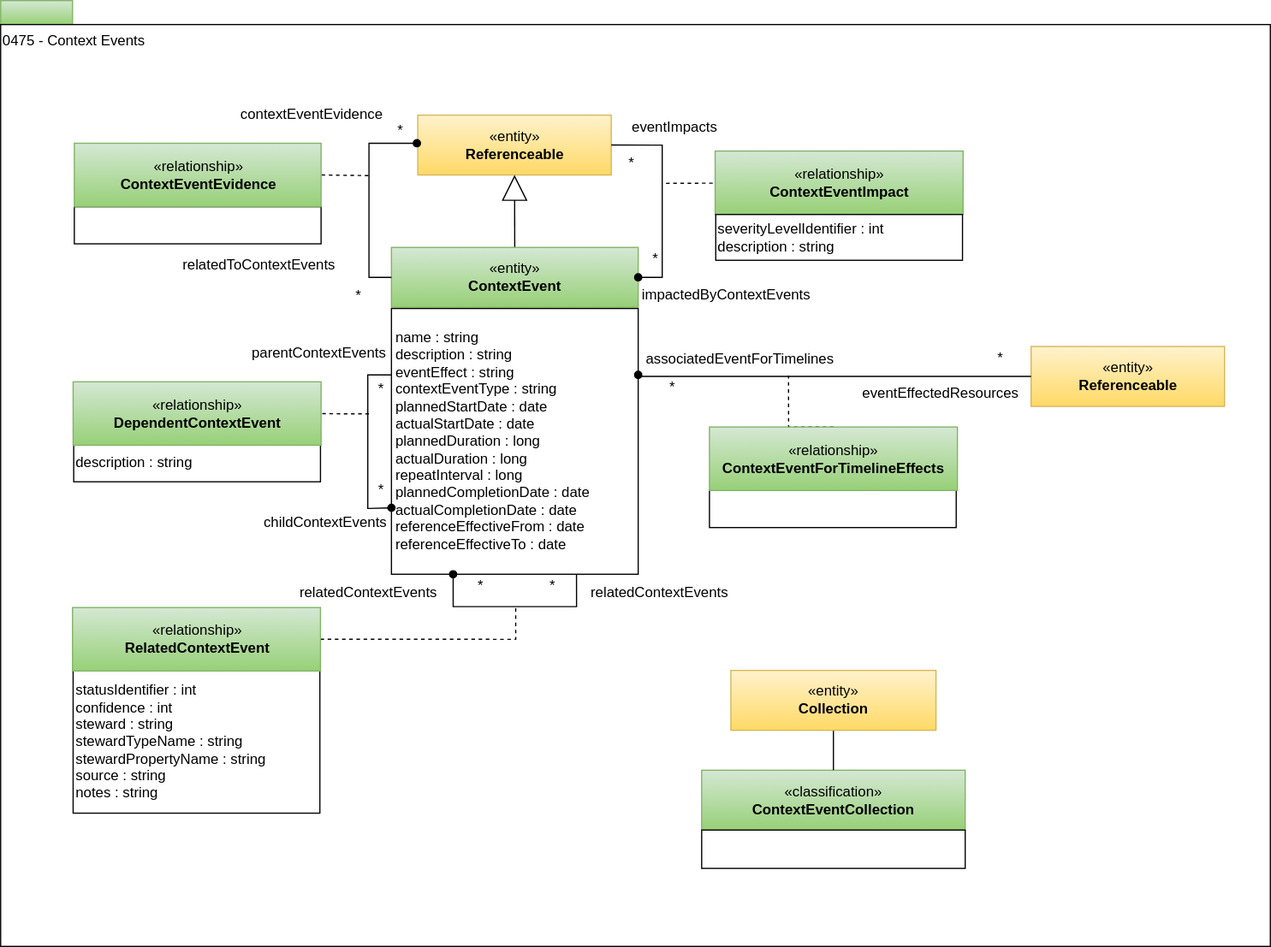
The draw.io diagram site/docs/types/4/0475-Context-Events.svg in odpi/egeria-docs, before a commit. Source tidied: cells renumbered, new cells last; positions are measured from the earlier drawing's top-left corner, leaving out a move shared by most shapes.
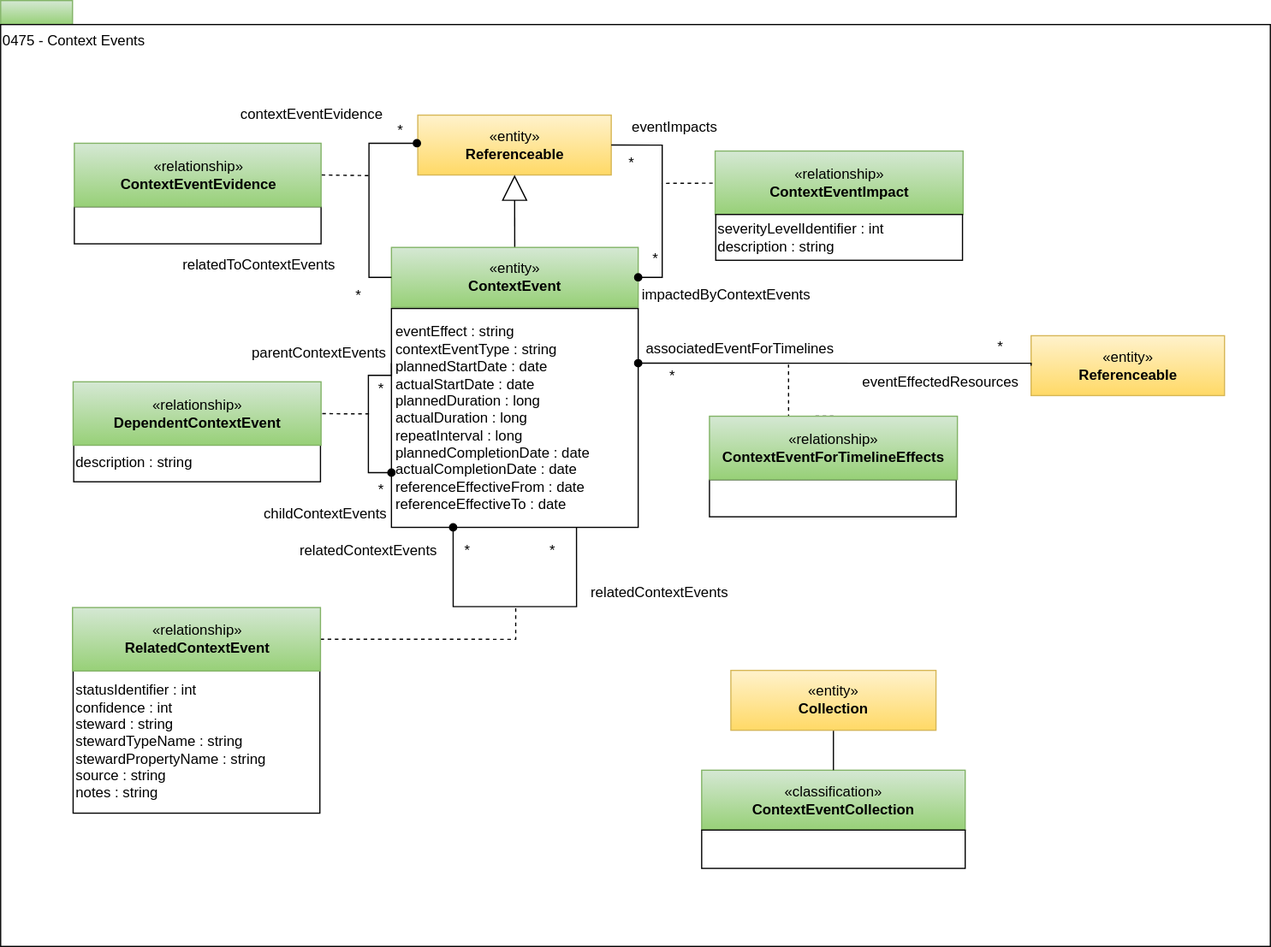
Later version of the same file.

The edit, as a diff of the source:
```diff
@@ -8,8 +8,8 @@
     <mxCell id="3" value="0475 - Context Events" style="rounded=0;html=1;align=left;verticalAlign=top;" parent="1" vertex="1">
       <mxGeometry y="20" width="1060" height="770" as="geometry" />
     </mxCell>
-    <mxCell id="4" value="&lt;span&gt;name : string&amp;nbsp;&amp;nbsp;&lt;br&gt;&lt;/span&gt;&lt;span&gt;description : string&lt;br&gt;eventEffect : string&lt;br&gt;contextEventType : string&lt;br&gt;&lt;/span&gt;plannedStartDate : date&lt;br style=&quot;border-color: var(--border-color);&quot;&gt;actualStartDate : date&lt;br&gt;plannedDuration : long&lt;br&gt;actualDuration : long&lt;br&gt;repeatInterval : long&lt;br style=&quot;border-color: var(--border-color);&quot;&gt;plannedCompletionDate : date&lt;br style=&quot;border-color: var(--border-color);&quot;&gt;actualCompletionDate : date&lt;br style=&quot;border-color: var(--border-color);&quot;&gt;&lt;span&gt;referenceEffectiveFrom : date&lt;br&gt;referenceEffectiveTo : date&lt;br&gt;&lt;/span&gt;" style="rounded=0;whiteSpace=wrap;html=1;strokeColor=#000000;gradientColor=#ffffff;align=left;spacingLeft=2;" parent="1" vertex="1">
-      <mxGeometry x="326.2" y="257.2" width="206" height="222" as="geometry" />
+    <mxCell id="4" value="&lt;span&gt;eventEffect : string&lt;br&gt;contextEventType : string&lt;br&gt;&lt;/span&gt;plannedStartDate : date&lt;br style=&quot;border-color: var(--border-color);&quot;&gt;actualStartDate : date&lt;br&gt;plannedDuration : long&lt;br&gt;actualDuration : long&lt;br&gt;repeatInterval : long&lt;br style=&quot;border-color: var(--border-color);&quot;&gt;plannedCompletionDate : date&lt;br style=&quot;border-color: var(--border-color);&quot;&gt;actualCompletionDate : date&lt;br style=&quot;border-color: var(--border-color);&quot;&gt;&lt;span&gt;referenceEffectiveFrom : date&lt;br&gt;referenceEffectiveTo : date&lt;br&gt;&lt;/span&gt;" style="rounded=0;whiteSpace=wrap;html=1;strokeColor=#000000;gradientColor=#ffffff;align=left;spacingLeft=2;" parent="1" vertex="1">
+      <mxGeometry x="326.2" y="257.2" width="206" height="182.8" as="geometry" />
     </mxCell>
     <mxCell id="5" value="«entity»&lt;br&gt;&lt;b&gt;Referenceable&lt;/b&gt;" style="html=1;strokeColor=#d6b656;align=center;fillColor=#fff2cc;gradientColor=#ffd966;" parent="1" vertex="1">
       <mxGeometry x="348.2" y="95.7" width="161.5" height="50" as="geometry" />
@@ -27,7 +27,7 @@
       <mxGeometry x="208.2" y="285" width="140" height="20" as="geometry" />
     </mxCell>
     <mxCell id="10" value="childContextEvents" style="text;html=1;align=left;verticalAlign=top;spacingTop=-4;" parent="1" vertex="1">
-      <mxGeometry x="218.2" y="425.8" width="130" height="20" as="geometry" />
+      <mxGeometry x="218.2" y="419.2" width="130" height="20" as="geometry" />
     </mxCell>
     <mxCell id="11" style="rounded=0;jettySize=auto;html=1;endArrow=block;endFill=0;endSize=19;strokeWidth=1;" parent="1" edge="1" source="12" target="5">
       <mxGeometry relative="1" as="geometry" />
@@ -57,7 +57,7 @@
       <mxGeometry x="527.2" y="206.2" width="40" height="20" as="geometry" />
     </mxCell>
     <mxCell id="18" value="associatedEventForTimelines" style="text;html=1;align=center;verticalAlign=middle;" parent="1" vertex="1">
-      <mxGeometry x="527.2" y="285" width="180" height="30" as="geometry" />
+      <mxGeometry x="527.2" y="276" width="180" height="30" as="geometry" />
     </mxCell>
     <mxCell id="19" style="rounded=0;whiteSpace=wrap;html=1;strokeColor=#000000;gradientColor=#ffffff;align=left;" parent="1" vertex="1">
       <mxGeometry x="61.5" y="172.2" width="206" height="31" as="geometry" />
@@ -79,9 +79,9 @@
     <mxCell id="23" style="edgeStyle=orthogonalEdgeStyle;rounded=0;html=1;exitX=0;exitY=0.25;exitDx=0;exitDy=0;entryX=0;entryY=0.75;entryDx=0;entryDy=0;endArrow=oval;endFill=1;jettySize=auto;orthogonalLoop=1;" parent="1" edge="1" source="4" target="4">
       <mxGeometry relative="1" as="geometry">
         <Array as="points">
-          <mxPoint x="306.5" y="313.2" />
-          <mxPoint x="306.5" y="424.2" />
-          <mxPoint x="307.5" y="424.2" />
+          <mxPoint x="326" y="313" />
+          <mxPoint x="307" y="313" />
+          <mxPoint x="307" y="394" />
         </Array>
       </mxGeometry>
     </mxCell>
@@ -94,16 +94,16 @@
       </mxGeometry>
     </mxCell>
     <mxCell id="25" value="relatedContextEvents" style="text;html=1;align=left;verticalAlign=top;spacingTop=-4;" parent="1" vertex="1">
-      <mxGeometry x="247.5" y="484.9" width="140" height="20" as="geometry" />
+      <mxGeometry x="247.5" y="450" width="140" height="20" as="geometry" />
     </mxCell>
     <mxCell id="26" value="relatedContextEvents" style="text;html=1;align=left;verticalAlign=top;spacingTop=-4;" parent="1" vertex="1">
       <mxGeometry x="491.2" y="484.9" width="140" height="20" as="geometry" />
     </mxCell>
     <mxCell id="27" value="*" style="text;html=1;strokeColor=none;fillColor=none;align=center;verticalAlign=middle;whiteSpace=wrap;rounded=0;" parent="1" vertex="1">
-      <mxGeometry x="440.5" y="479.2" width="40" height="20" as="geometry" />
+      <mxGeometry x="440.5" y="450" width="40" height="20" as="geometry" />
     </mxCell>
     <mxCell id="28" value="*" style="text;html=1;strokeColor=none;fillColor=none;align=center;verticalAlign=middle;whiteSpace=wrap;rounded=0;" parent="1" vertex="1">
-      <mxGeometry x="380.5" y="479.2" width="40" height="20" as="geometry" />
+      <mxGeometry x="370" y="450" width="40" height="20" as="geometry" />
     </mxCell>
     <mxCell id="29" value="statusIdentifier : int&lt;br&gt;confidence : int&lt;br style=&quot;border-color: var(--border-color);&quot;&gt;steward : string&lt;br style=&quot;border-color: var(--border-color);&quot;&gt;stewardTypeName : string&lt;br style=&quot;border-color: var(--border-color);&quot;&gt;stewardPropertyName : string&lt;br style=&quot;border-color: var(--border-color);&quot;&gt;source : string&lt;br style=&quot;border-color: var(--border-color);&quot;&gt;notes : string" style="rounded=0;whiteSpace=wrap;html=1;strokeColor=#000000;gradientColor=#ffffff;align=left;" parent="1" vertex="1">
       <mxGeometry x="60.5" y="559.5" width="206" height="119.2" as="geometry" />
@@ -167,40 +167,40 @@
       </mxGeometry>
     </mxCell>
     <mxCell id="45" value="«entity»&lt;br&gt;&lt;b&gt;Referenceable&lt;/b&gt;" style="html=1;strokeColor=#d6b656;align=center;fillColor=#fff2cc;gradientColor=#ffd966;" parent="1" vertex="1">
-      <mxGeometry x="860.2" y="288.9" width="161.5" height="50" as="geometry" />
+      <mxGeometry x="860.2" y="279.9" width="161.5" height="50" as="geometry" />
     </mxCell>
     <mxCell id="46" style="endArrow=oval;html=1;exitX=0;exitY=0.5;exitDx=0;exitDy=0;edgeStyle=orthogonalEdgeStyle;rounded=0;endFill=1;entryX=1;entryY=0.25;entryDx=0;entryDy=0;" parent="1" edge="1" source="45" target="4">
       <mxGeometry relative="1" as="geometry">
         <Array as="points">
-          <mxPoint x="531.8" y="313.2" />
+          <mxPoint x="860" y="303" />
         </Array>
       </mxGeometry>
     </mxCell>
     <mxCell id="47" style="rounded=0;whiteSpace=wrap;html=1;strokeColor=#000000;gradientColor=#ffffff;align=left;" parent="1" vertex="1">
-      <mxGeometry x="591.8" y="409.2" width="206" height="31" as="geometry" />
+      <mxGeometry x="591.8" y="400.2" width="206" height="31" as="geometry" />
     </mxCell>
     <mxCell id="48" style="edgeStyle=orthogonalEdgeStyle;rounded=0;html=1;exitX=0.5;exitY=0;exitDx=0;exitDy=0;dashed=1;endArrow=none;endFill=0;jettySize=auto;" parent="1" edge="1" source="49">
       <mxGeometry relative="1" as="geometry">
-        <mxPoint x="657.8" y="313.2" as="targetPoint" />
+        <mxPoint x="657.8" y="304.2" as="targetPoint" />
         <Array as="points">
-          <mxPoint x="657.8" y="357.2" />
+          <mxPoint x="657.8" y="348.2" />
         </Array>
       </mxGeometry>
     </mxCell>
     <mxCell id="49" value="«relationship»&lt;br&gt;&lt;b&gt;ContextEventForTimelineEffects&lt;/b&gt;" style="html=1;strokeColor=#82b366;align=center;fillColor=#d5e8d4;gradientColor=#97d077;" parent="1" vertex="1">
-      <mxGeometry x="591.8" y="356.2" width="207" height="53" as="geometry" />
+      <mxGeometry x="591.8" y="347.2" width="207" height="53" as="geometry" />
     </mxCell>
     <mxCell id="50" value="eventEffectedResources" style="text;html=1;strokeColor=none;fillColor=none;align=center;verticalAlign=middle;whiteSpace=wrap;rounded=0;" parent="1" vertex="1">
-      <mxGeometry x="733.2" y="318.4" width="104" height="20" as="geometry" />
+      <mxGeometry x="733.2" y="309.4" width="104" height="20" as="geometry" />
     </mxCell>
     <mxCell id="51" value="relatedToContextEvents" style="text;html=1;strokeColor=none;fillColor=none;align=center;verticalAlign=middle;whiteSpace=wrap;rounded=0;" parent="1" vertex="1">
       <mxGeometry x="163.5" y="211.2" width="104" height="20" as="geometry" />
     </mxCell>
     <mxCell id="52" value="*" style="text;html=1;strokeColor=none;fillColor=none;align=center;verticalAlign=middle;whiteSpace=wrap;rounded=0;" parent="1" vertex="1">
-      <mxGeometry x="814.8" y="288.9" width="40" height="20" as="geometry" />
+      <mxGeometry x="814.8" y="279.9" width="40" height="20" as="geometry" />
     </mxCell>
     <mxCell id="53" value="*" style="text;html=1;strokeColor=none;fillColor=none;align=center;verticalAlign=middle;whiteSpace=wrap;rounded=0;" parent="1" vertex="1">
-      <mxGeometry x="541.2" y="312.9" width="40" height="20" as="geometry" />
+      <mxGeometry x="541.2" y="303.9" width="40" height="20" as="geometry" />
     </mxCell>
   </root>
 </mxGraphModel>
```
